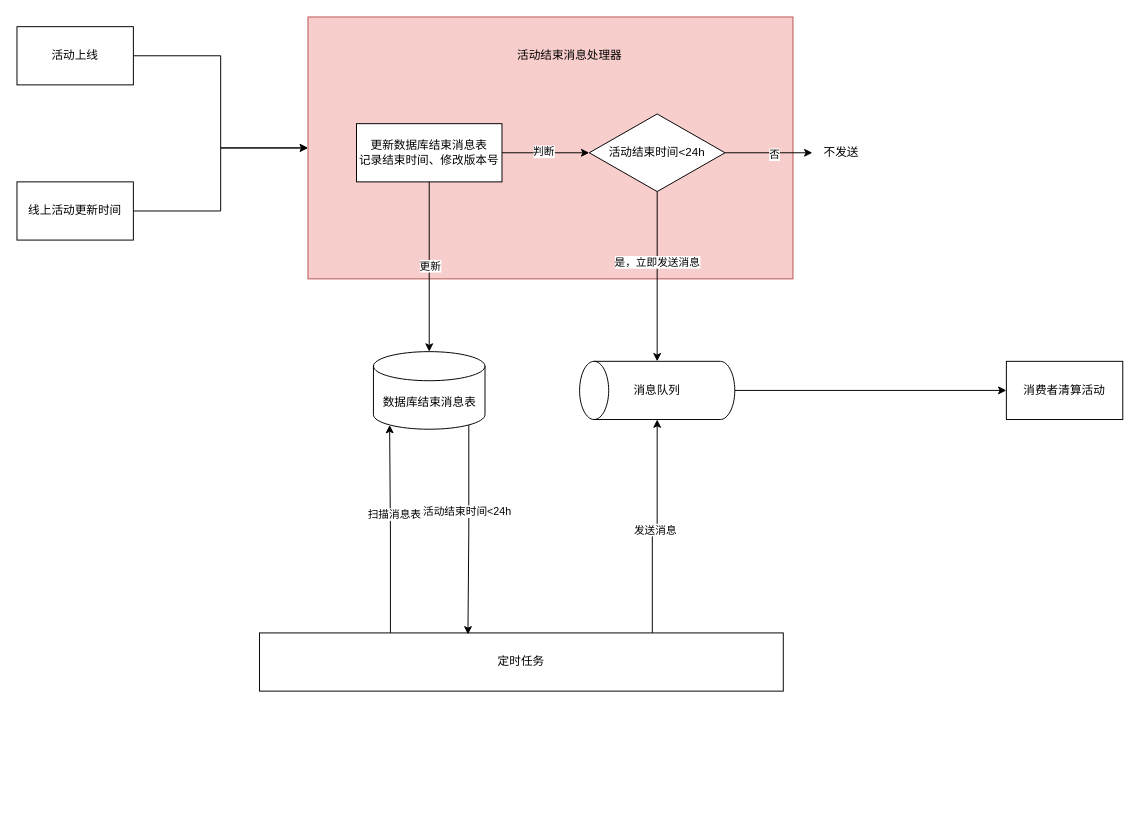
Before: page "活动结束消息与接收" (12 of 13) of Lottery.drawio in onlyactwo/DrawIO, a draw.io diagram. Source tidied: cells renumbered, new cells numbered last; positions are measured from the earlier drawing's top-left corner, leaving out a move shared by most shapes. Both pictures are drawn from the tidied source at 97%, with x=0, y=0 at pixel (16, 16).
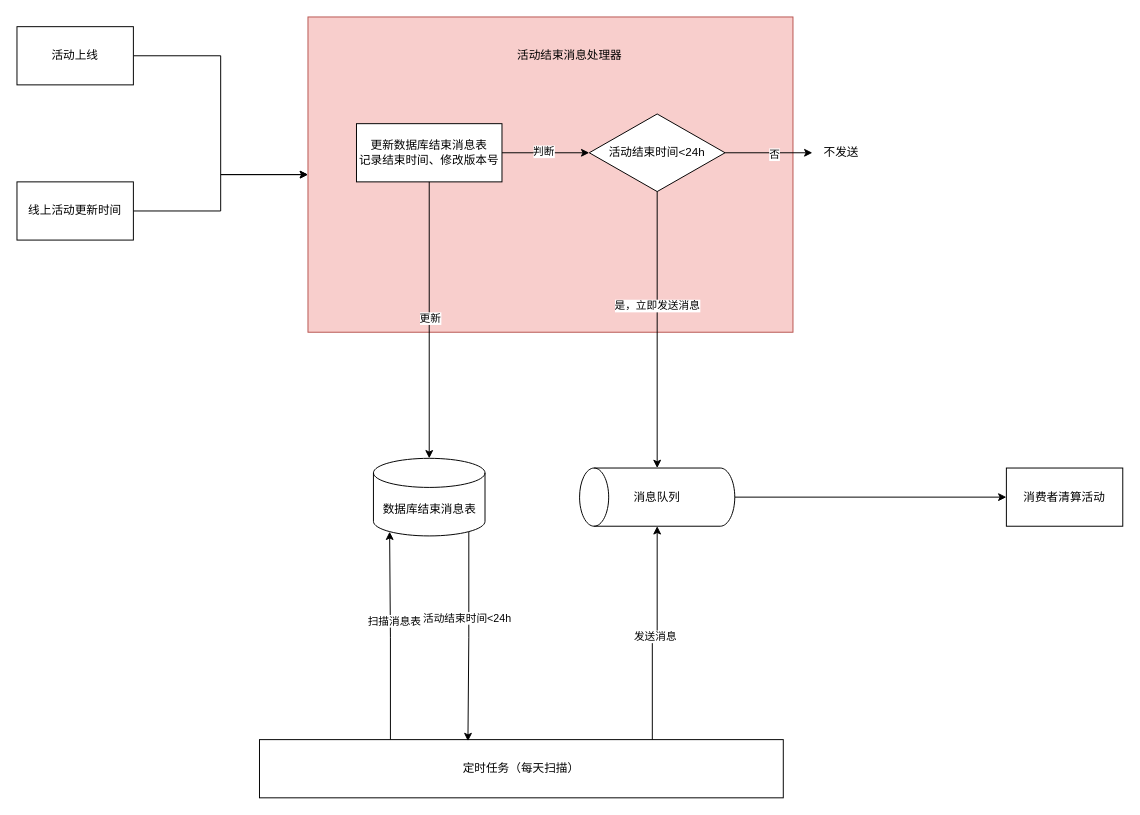
The same diagram, later.

Change to the diagram source:
```diff
@@
     <mxCell id="2" style="rounded=0;whiteSpace=wrap;html=1;fillColor=#f8cecc;strokeColor=#b85450;" parent="1" vertex="1">
-      <mxGeometry x="300" width="500" height="270" as="geometry" />
+      <mxGeometry x="300" width="500" height="325" as="geometry" />
     </mxCell>
@@
     <mxCell id="6" style="shape=cylinder3;whiteSpace=wrap;html=1;boundedLbl=1;backgroundOutline=1;size=15;rotation=-90;" parent="1" vertex="1">
-      <mxGeometry x="630" y="305" width="60" height="160" as="geometry" />
+      <mxGeometry x="630" y="415" width="60" height="160" as="geometry" />
     </mxCell>
     <mxCell id="7" value="消费者清算活动" style="rounded=0;whiteSpace=wrap;html=1;" parent="1" vertex="1">
-      <mxGeometry x="1020" y="355" width="120" height="60" as="geometry" />
+      <mxGeometry x="1020" y="465" width="120" height="60" as="geometry" />
     </mxCell>
     <mxCell id="8" value="消息队列" style="text;html=1;align=center;verticalAlign=middle;whiteSpace=wrap;rounded=0;" parent="1" vertex="1">
-      <mxGeometry x="630" y="370" width="60" height="30" as="geometry" />
+      <mxGeometry x="630" y="480" width="60" height="30" as="geometry" />
     </mxCell>
@@
     <mxCell id="16" value="数据库结束消息表" style="shape=cylinder3;whiteSpace=wrap;html=1;boundedLbl=1;backgroundOutline=1;size=15;" parent="1" vertex="1">
-      <mxGeometry x="367.5" y="345" width="115" height="80" as="geometry" />
+      <mxGeometry x="367.5" y="455" width="115" height="80" as="geometry" />
     </mxCell>
@@
-    <mxCell id="25" value="定时任务" style="rounded=0;whiteSpace=wrap;html=1;" parent="1" vertex="1">
-      <mxGeometry x="250" y="635" width="540" height="60" as="geometry" />
+    <mxCell id="25" value="定时任务（每天扫描）" style="rounded=0;whiteSpace=wrap;html=1;" parent="1" vertex="1">
+      <mxGeometry x="250" y="745" width="540" height="60" as="geometry" />
     </mxCell>
```
